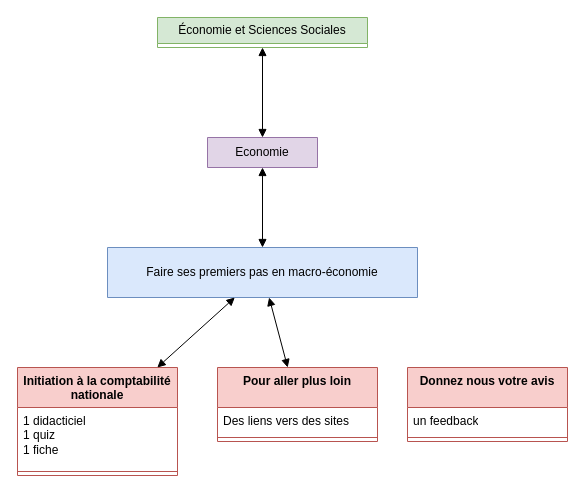
The draw.io diagram Economie.drawio in jean-seb-2106/pythontest, before the edit. Source tidied: cells renumbered, new cells numbered last; positions are measured from the earlier drawing's top-left corner, leaving out a move shared by most shapes. Both pictures are drawn from the tidied source at 100%, with x=0, y=0 at pixel (17, 17).
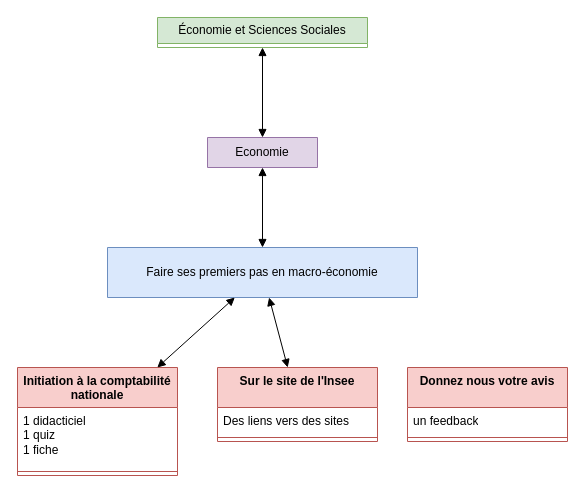
Above is the later version.

Commit message (it also covers changes not shown here):
Mettre à jour Economie.drawio

The edit, as a diff of the source:
```diff
@@
 <mxGraphModel>
   <root>
     <mxCell id="0" />
     <mxCell id="1" parent="0" />
     <mxCell id="2" style="endArrow=block;startArrow=block;endFill=1;startFill=1;html=1;rounded=0;" parent="1" edge="1" source="3" target="6">
       <mxGeometry relative="1" as="geometry" />
     </mxCell>
     <mxCell id="3" value="Économie et Sciences Sociales" style="swimlane;fontStyle=0;horizontal=1;startSize=26;fillColor=#d5e8d4;whiteSpace=wrap;html=1;strokeColor=#82b366;" parent="1" vertex="1" collapsed="1">
       <mxGeometry x="140" width="210" height="30" as="geometry" />
     </mxCell>
     <mxCell id="4" value="Faire ses premiers pas en macro-économie " style="swimlane;fontStyle=0;horizontal=1;startSize=50;fillColor=#dae8fc;whiteSpace=wrap;html=1;strokeColor=#6c8ebf;" parent="1" vertex="1" collapsed="1">
       <mxGeometry x="90" y="230" width="310" height="50" as="geometry" />
     </mxCell>
     <mxCell id="5" style="endArrow=block;startArrow=block;endFill=1;startFill=1;html=1;rounded=0;" parent="1" edge="1" source="6" target="4">
       <mxGeometry relative="1" as="geometry" />
     </mxCell>
     <mxCell id="6" value="Economie" style="swimlane;fontStyle=0;horizontal=1;startSize=30;fillColor=#e1d5e7;whiteSpace=wrap;html=1;strokeColor=#9673a6;" parent="1" vertex="1" collapsed="1">
       <mxGeometry x="190" y="120" width="110" height="30" as="geometry" />
     </mxCell>
     <mxCell id="7" value="Initiation à la comptabilité nationale" style="swimlane;fontStyle=1;align=center;verticalAlign=top;horizontal=1;startSize=40;whiteSpace=wrap;html=1;fillColor=#f8cecc;strokeColor=#b85450;" parent="1" vertex="1">
       <mxGeometry y="350" width="160" height="108" as="geometry" />
     </mxCell>
     <mxCell id="8" value="&lt;div&gt;1 didacticiel&lt;/div&gt;&lt;div&gt;1 quiz&lt;/div&gt;&lt;div&gt;1 fiche&lt;br&gt;&lt;/div&gt;" style="text;strokeColor=none;fillColor=none;align=left;verticalAlign=top;spacingLeft=4;spacingRight=4;overflow=hidden;whiteSpace=wrap;html=1;" parent="7" vertex="1">
       <mxGeometry y="40" width="160" height="60" as="geometry" />
     </mxCell>
     <mxCell id="9" style="line;strokeWidth=1;fillColor=none;align=left;verticalAlign=middle;spacingTop=-1;spacingLeft=3;spacingRight=3;labelPosition=right;strokeColor=inherit;" parent="7" vertex="1">
       <mxGeometry y="100" width="160" height="8" as="geometry" />
     </mxCell>
     <mxCell id="10" style="endArrow=block;startArrow=block;endFill=1;startFill=1;html=1;rounded=0;" parent="1" edge="1" source="4" target="7">
       <mxGeometry relative="1" as="geometry" />
     </mxCell>
     <mxCell id="11" style="endArrow=block;startArrow=block;endFill=1;startFill=1;html=1;rounded=0;" parent="1" edge="1" source="4" target="12">
       <mxGeometry relative="1" as="geometry" />
     </mxCell>
-    <mxCell id="12" value="Pour aller plus loin" style="swimlane;fontStyle=1;align=center;verticalAlign=top;horizontal=1;startSize=40;whiteSpace=wrap;html=1;fillColor=#f8cecc;strokeColor=#b85450;" parent="1" vertex="1">
+    <mxCell id="12" value="Sur le site de l'Insee" style="swimlane;fontStyle=1;align=center;verticalAlign=top;horizontal=1;startSize=40;whiteSpace=wrap;html=1;fillColor=#f8cecc;strokeColor=#b85450;" parent="1" vertex="1">
       <mxGeometry x="200" y="350" width="160" height="74" as="geometry" />
     </mxCell>
     <mxCell id="13" value="Des liens vers des sites" style="text;strokeColor=none;fillColor=none;align=left;verticalAlign=top;spacingLeft=4;spacingRight=4;overflow=hidden;whiteSpace=wrap;html=1;" parent="12" vertex="1">
       <mxGeometry y="40" width="160" height="26" as="geometry" />
     </mxCell>
     <mxCell id="14" style="line;strokeWidth=1;fillColor=none;align=left;verticalAlign=middle;spacingTop=-1;spacingLeft=3;spacingRight=3;labelPosition=right;strokeColor=inherit;" parent="12" vertex="1">
       <mxGeometry y="66" width="160" height="8" as="geometry" />
     </mxCell>
     <mxCell id="15" value="Donnez nous votre avis" style="swimlane;fontStyle=1;align=center;verticalAlign=top;horizontal=1;startSize=40;whiteSpace=wrap;html=1;fillColor=#f8cecc;strokeColor=#b85450;" parent="1" vertex="1">
       <mxGeometry x="390" y="350" width="160" height="74" as="geometry" />
     </mxCell>
     <mxCell id="16" value="un feedback" style="text;strokeColor=none;fillColor=none;align=left;verticalAlign=top;spacingLeft=4;spacingRight=4;overflow=hidden;whiteSpace=wrap;html=1;" parent="15" vertex="1">
       <mxGeometry y="40" width="160" height="26" as="geometry" />
     </mxCell>
     <mxCell id="17" style="line;strokeWidth=1;fillColor=none;align=left;verticalAlign=middle;spacingTop=-1;spacingLeft=3;spacingRight=3;labelPosition=right;strokeColor=inherit;" parent="15" vertex="1">
       <mxGeometry y="66" width="160" height="8" as="geometry" />
     </mxCell>
   </root>
 </mxGraphModel>
```
